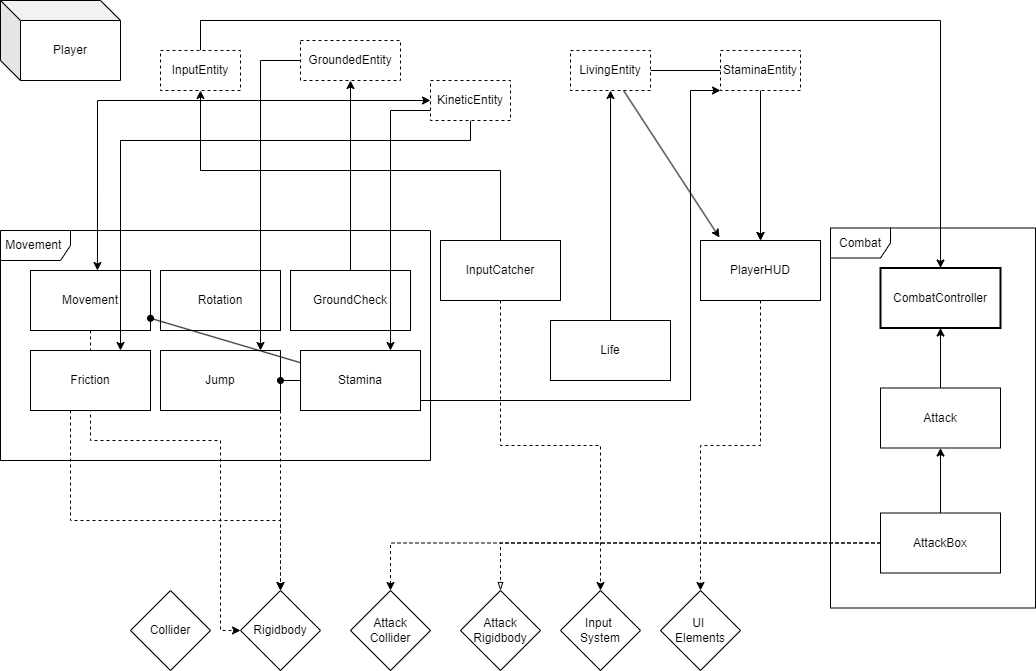
This is Framework/Imágenes/JerarquíaKimera.drawio.png from DrPumpKing1/DocumentoFramework, a draw.io export, as it was before one commit. Source tidied: cells renumbered, new cells last; positions are measured from the earlier drawing's top-left corner, leaving out a move shared by most shapes.
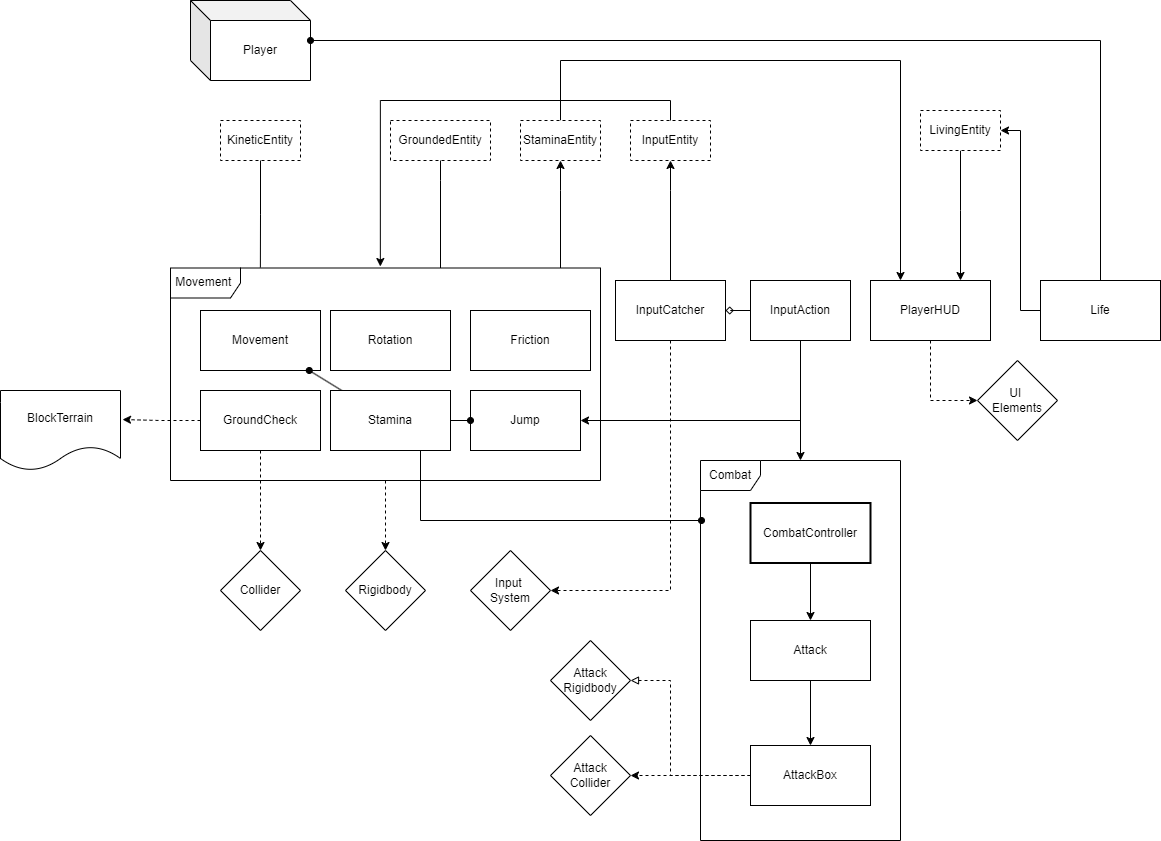
The same file after the commit.

Diff of the diagram source:
```diff
@@ -3,20 +3,14 @@
     <mxCell id="0" />
     <mxCell id="1" parent="0" />
     <mxCell id="2" value="Jump" style="rounded=0;whiteSpace=wrap;html=1;" parent="1" vertex="1">
-      <mxGeometry x="160" y="350" width="120" height="60" as="geometry" />
+      <mxGeometry x="300" y="350" width="110" height="60" as="geometry" />
     </mxCell>
+    <mxCell id="51" style="edgeStyle=orthogonalEdgeStyle;rounded=0;jettySize=auto;html=1;endArrow=classic;endFill=1;dashed=1;" parent="1" edge="1" source="3" target="45">
+      <mxGeometry relative="1" as="geometry" />
+    </mxCell>
     <mxCell id="3" value="GroundCheck" style="rounded=0;whiteSpace=wrap;html=1;" parent="1" vertex="1">
-      <mxGeometry x="290" y="270" width="120" height="60" as="geometry" />
+      <mxGeometry x="30" y="350" width="120" height="60" as="geometry" />
     </mxCell>
-    <mxCell id="4" style="edgeStyle=orthogonalEdgeStyle;rounded=0;jettySize=auto;html=1;entryX=0;entryY=0.5;entryDx=0;entryDy=0;dashed=1;endArrow=classic;endFill=1;" parent="1" edge="1" source="5" target="46">
-      <mxGeometry relative="1" as="geometry">
-        <Array as="points">
-          <mxPoint x="90" y="440" />
-          <mxPoint x="220" y="440" />
-          <mxPoint x="220" y="630" />
-        </Array>
-      </mxGeometry>
-    </mxCell>
     <mxCell id="5" value="Movement" style="rounded=0;whiteSpace=wrap;html=1;strokeWidth=1;" parent="1" vertex="1">
       <mxGeometry x="30" y="270" width="120" height="60" as="geometry" />
     </mxCell>
@@ -24,136 +18,121 @@
       <mxGeometry x="160" y="270" width="120" height="60" as="geometry" />
     </mxCell>
     <mxCell id="7" value="Player" style="shape=cube;whiteSpace=wrap;html=1;boundedLbl=1;backgroundOutline=1;darkOpacity=0.05;darkOpacity2=0.1;" parent="1" vertex="1">
-      <mxGeometry width="120" height="80" as="geometry" />
+      <mxGeometry x="20" y="-40" width="120" height="80" as="geometry" />
     </mxCell>
-    <mxCell id="8" style="edgeStyle=orthogonalEdgeStyle;rounded=0;jettySize=auto;html=1;" parent="1" edge="1" source="10" target="20">
-      <mxGeometry relative="1" as="geometry">
-        <Array as="points">
-          <mxPoint x="470" y="140" />
-          <mxPoint x="120" y="140" />
-        </Array>
-      </mxGeometry>
-    </mxCell>
-    <mxCell id="9" style="edgeStyle=orthogonalEdgeStyle;rounded=0;jettySize=auto;html=1;" parent="1" edge="1" source="10" target="40">
-      <mxGeometry relative="1" as="geometry">
-        <Array as="points">
-          <mxPoint x="390" y="110" />
-        </Array>
-      </mxGeometry>
-    </mxCell>
     <mxCell id="10" value="KineticEntity" style="rounded=0;whiteSpace=wrap;html=1;dashed=1;" parent="1" vertex="1">
-      <mxGeometry x="430" y="80" width="80" height="40" as="geometry" />
+      <mxGeometry x="50" y="80" width="80" height="40" as="geometry" />
     </mxCell>
-    <mxCell id="11" style="edgeStyle=orthogonalEdgeStyle;rounded=0;jettySize=auto;html=1;entryX=0.5;entryY=0;entryDx=0;entryDy=0;" parent="1" edge="1" source="12" target="36">
-      <mxGeometry relative="1" as="geometry" />
+    <mxCell id="11" style="edgeStyle=orthogonalEdgeStyle;rounded=0;jettySize=auto;html=1;" parent="1" edge="1" source="12" target="36">
+      <mxGeometry relative="1" as="geometry">
+        <Array as="points">
+          <mxPoint x="790" y="170" />
+          <mxPoint x="790" y="170" />
+        </Array>
+      </mxGeometry>
     </mxCell>
     <mxCell id="12" value="LivingEntity" style="rounded=0;whiteSpace=wrap;html=1;dashed=1;" parent="1" vertex="1">
-      <mxGeometry x="570" y="50" width="80" height="40" as="geometry" />
+      <mxGeometry x="750" y="70" width="80" height="40" as="geometry" />
     </mxCell>
-    <mxCell id="13" style="edgeStyle=orthogonalEdgeStyle;rounded=0;jettySize=auto;html=1;" parent="1" edge="1" source="14" target="32">
-      <mxGeometry relative="1" as="geometry">
-        <Array as="points">
-          <mxPoint x="200" y="20" />
-          <mxPoint x="940" y="20" />
-        </Array>
-      </mxGeometry>
-    </mxCell>
     <mxCell id="14" value="InputEntity" style="rounded=0;whiteSpace=wrap;html=1;dashed=1;" parent="1" vertex="1">
-      <mxGeometry x="160" y="50" width="80" height="40" as="geometry" />
+      <mxGeometry x="460" y="80" width="80" height="40" as="geometry" />
     </mxCell>
     <mxCell id="15" style="edgeStyle=orthogonalEdgeStyle;rounded=0;jettySize=auto;html=1;entryX=0.5;entryY=1;entryDx=0;entryDy=0;" parent="1" edge="1" source="17" target="14">
       <mxGeometry relative="1" as="geometry">
         <Array as="points">
-          <mxPoint x="500" y="170" />
-          <mxPoint x="200" y="170" />
+          <mxPoint x="500" y="150" />
+          <mxPoint x="500" y="150" />
         </Array>
       </mxGeometry>
     </mxCell>
-    <mxCell id="16" style="edgeStyle=orthogonalEdgeStyle;rounded=0;jettySize=auto;html=1;entryX=0.5;entryY=0;entryDx=0;entryDy=0;dashed=1;endArrow=classic;endFill=1;" parent="1" edge="1" source="17" target="49">
-      <mxGeometry relative="1" as="geometry" />
+    <mxCell id="16" style="edgeStyle=orthogonalEdgeStyle;rounded=0;jettySize=auto;html=1;entryX=1;entryY=0.5;entryDx=0;entryDy=0;dashed=1;" parent="1" edge="1" source="17" target="49">
+      <mxGeometry relative="1" as="geometry">
+        <Array as="points">
+          <mxPoint x="500" y="550" />
+        </Array>
+      </mxGeometry>
     </mxCell>
     <mxCell id="17" value="InputCatcher" style="rounded=0;whiteSpace=wrap;html=1;" parent="1" vertex="1">
-      <mxGeometry x="440" y="240" width="120" height="60" as="geometry" />
+      <mxGeometry x="445" y="240" width="110" height="60" as="geometry" />
     </mxCell>
-    <mxCell id="18" style="edgeStyle=orthogonalEdgeStyle;rounded=0;jettySize=auto;html=1;entryX=0.5;entryY=1;entryDx=0;entryDy=0;" parent="1" edge="1" source="3" target="25">
-      <mxGeometry relative="1" as="geometry" />
-    </mxCell>
-    <mxCell id="19" style="edgeStyle=orthogonalEdgeStyle;rounded=0;jettySize=auto;html=1;endArrow=classic;endFill=1;dashed=1;" parent="1" edge="1" source="20" target="46">
-      <mxGeometry relative="1" as="geometry">
-        <Array as="points">
-          <mxPoint x="70" y="520" />
-          <mxPoint x="280" y="520" />
-        </Array>
-      </mxGeometry>
-    </mxCell>
     <mxCell id="20" value="Friction" style="rounded=0;whiteSpace=wrap;html=1;" parent="1" vertex="1">
-      <mxGeometry x="30" y="350" width="120" height="60" as="geometry" />
+      <mxGeometry x="300" y="270" width="120" height="60" as="geometry" />
     </mxCell>
-    <mxCell id="21" style="edgeStyle=orthogonalEdgeStyle;rounded=0;jettySize=auto;html=1;entryX=0.5;entryY=1;entryDx=0;entryDy=0;" parent="1" edge="1" source="22" target="12">
-      <mxGeometry relative="1" as="geometry" />
+    <mxCell id="21" style="edgeStyle=orthogonalEdgeStyle;rounded=0;jettySize=auto;html=1;entryX=1;entryY=0.5;entryDx=0;entryDy=0;" parent="1" edge="1" source="22" target="12">
+      <mxGeometry relative="1" as="geometry">
+        <Array as="points">
+          <mxPoint x="850" y="270" />
+          <mxPoint x="850" y="90" />
+        </Array>
+      </mxGeometry>
     </mxCell>
     <mxCell id="22" value="Life" style="rounded=0;whiteSpace=wrap;html=1;" parent="1" vertex="1">
-      <mxGeometry x="550" y="320" width="120" height="60" as="geometry" />
+      <mxGeometry x="870" y="240" width="120" height="60" as="geometry" />
     </mxCell>
-    <mxCell id="23" style="edgeStyle=orthogonalEdgeStyle;rounded=0;jettySize=auto;html=1;entryX=0.5;entryY=0;entryDx=0;entryDy=0;endArrow=classic;endFill=1;dashed=1;" parent="1" edge="1" source="2" target="46">
-      <mxGeometry relative="1" as="geometry">
-        <Array as="points">
-          <mxPoint x="280" y="450" />
-          <mxPoint x="280" y="450" />
-        </Array>
-      </mxGeometry>
-    </mxCell>
-    <mxCell id="24" style="edgeStyle=orthogonalEdgeStyle;rounded=0;jettySize=auto;html=1;" parent="1" edge="1" source="25" target="2">
-      <mxGeometry relative="1" as="geometry">
-        <Array as="points">
-          <mxPoint x="260" y="60" />
-        </Array>
-      </mxGeometry>
-    </mxCell>
     <mxCell id="25" value="GroundedEntity" style="rounded=0;whiteSpace=wrap;html=1;dashed=1;" parent="1" vertex="1">
-      <mxGeometry x="300" y="40" width="100" height="40" as="geometry" />
+      <mxGeometry x="220" y="80" width="100" height="40" as="geometry" />
     </mxCell>
-    <mxCell id="26" style="edgeStyle=orthogonalEdgeStyle;rounded=0;jettySize=auto;html=1;entryX=0.5;entryY=1;entryDx=0;entryDy=0;" parent="1" edge="1" source="27" target="32">
-      <mxGeometry relative="1" as="geometry" />
-    </mxCell>
+    <mxCell id="52" style="edgeStyle=orthogonalEdgeStyle;rounded=0;jettySize=auto;html=1;" parent="1" edge="1" source="27" target="31">
+      <mxGeometry relative="1" as="geometry" />
+    </mxCell>
     <mxCell id="27" value="Attack" style="rounded=0;whiteSpace=wrap;html=1;" parent="1" vertex="1">
-      <mxGeometry x="880" y="387.5" width="120" height="60" as="geometry" />
+      <mxGeometry x="580" y="580" width="120" height="60" as="geometry" />
     </mxCell>
-    <mxCell id="28" style="edgeStyle=orthogonalEdgeStyle;rounded=0;jettySize=auto;html=1;entryX=0.5;entryY=1;entryDx=0;entryDy=0;" parent="1" edge="1" source="31" target="27">
-      <mxGeometry relative="1" as="geometry" />
-    </mxCell>
+    <mxCell id="30" style="edgeStyle=orthogonalEdgeStyle;rounded=0;jettySize=auto;html=1;entryX=1;entryY=0.5;entryDx=0;entryDy=0;dashed=1;" parent="1" edge="1" source="31" target="47">
+      <mxGeometry relative="1" as="geometry" />
+    </mxCell>
-    <mxCell id="29" style="edgeStyle=orthogonalEdgeStyle;rounded=0;jettySize=auto;html=1;endArrow=blockThin;endFill=0;dashed=1;" parent="1" edge="1" source="31" target="48">
-      <mxGeometry relative="1" as="geometry" />
+    <mxCell id="29" style="edgeStyle=orthogonalEdgeStyle;rounded=0;jettySize=auto;html=1;entryX=1;entryY=0.5;entryDx=0;entryDy=0;dashed=1;endArrow=block;endFill=0;" parent="1" edge="1" source="31" target="48">
+      <mxGeometry relative="1" as="geometry">
+        <Array as="points">
+          <mxPoint x="500" y="735" />
+          <mxPoint x="500" y="640" />
+        </Array>
+      </mxGeometry>
     </mxCell>
-    <mxCell id="30" style="edgeStyle=orthogonalEdgeStyle;rounded=0;jettySize=auto;html=1;entryX=0.5;entryY=0;entryDx=0;entryDy=0;endArrow=classic;endFill=1;dashed=1;" parent="1" edge="1" source="31" target="47">
-      <mxGeometry relative="1" as="geometry" />
-    </mxCell>
     <mxCell id="31" value="AttackBox" style="rounded=0;whiteSpace=wrap;html=1;" parent="1" vertex="1">
-      <mxGeometry x="880" y="512.5" width="120" height="60" as="geometry" />
+      <mxGeometry x="580" y="705" width="120" height="60" as="geometry" />
     </mxCell>
+    <mxCell id="53" style="edgeStyle=orthogonalEdgeStyle;rounded=0;jettySize=auto;html=1;entryX=0.5;entryY=0;entryDx=0;entryDy=0;" parent="1" edge="1" source="32" target="27">
+      <mxGeometry relative="1" as="geometry" />
+    </mxCell>
     <mxCell id="32" value="CombatController" style="rounded=0;whiteSpace=wrap;html=1;strokeWidth=2;" parent="1" vertex="1">
-      <mxGeometry x="880" y="267.5" width="120" height="60" as="geometry" />
+      <mxGeometry x="580" y="462.5" width="120" height="60" as="geometry" />
     </mxCell>
+    <mxCell id="54" style="edgeStyle=orthogonalEdgeStyle;rounded=0;jettySize=auto;html=1;entryX=0.5;entryY=1;entryDx=0;entryDy=0;" parent="1" edge="1" source="33" target="42">
+      <mxGeometry relative="1" as="geometry">
+        <Array as="points">
+          <mxPoint x="390" y="150" />
+          <mxPoint x="390" y="150" />
+        </Array>
+      </mxGeometry>
+    </mxCell>
+    <mxCell id="55" style="edgeStyle=orthogonalEdgeStyle;rounded=0;jettySize=auto;html=1;entryX=0.5;entryY=1;entryDx=0;entryDy=0;startArrow=none;startFill=0;endArrow=none;endFill=0;" parent="1" edge="1" source="33" target="25">
+      <mxGeometry relative="1" as="geometry">
+        <Array as="points">
+          <mxPoint x="270" y="140" />
+          <mxPoint x="270" y="140" />
+        </Array>
+      </mxGeometry>
+    </mxCell>
+    <mxCell id="56" style="edgeStyle=orthogonalEdgeStyle;rounded=0;jettySize=auto;html=1;entryX=0.5;entryY=0;entryDx=0;entryDy=0;endArrow=classic;endFill=1;dashed=1;" parent="1" edge="1" source="33" target="46">
+      <mxGeometry relative="1" as="geometry" />
+    </mxCell>
     <mxCell id="33" value="Movement&amp;nbsp;" style="shape=umlFrame;whiteSpace=wrap;html=1;width=70;height=30;" parent="1" vertex="1">
-      <mxGeometry y="230" width="430" height="230" as="geometry" />
+      <mxGeometry y="227.5" width="430" height="212.5" as="geometry" />
     </mxCell>
     <mxCell id="34" value="Combat" style="shape=umlFrame;whiteSpace=wrap;html=1;" parent="1" vertex="1">
-      <mxGeometry x="830" y="227.5" width="205" height="380" as="geometry" />
+      <mxGeometry x="530" y="420" width="200" height="380" as="geometry" />
     </mxCell>
-    <mxCell id="35" style="edgeStyle=orthogonalEdgeStyle;rounded=0;jettySize=auto;html=1;entryX=0.5;entryY=0;entryDx=0;entryDy=0;endArrow=classic;endFill=1;dashed=1;" parent="1" edge="1" source="36" target="50">
-      <mxGeometry relative="1" as="geometry" />
+    <mxCell id="35" style="edgeStyle=orthogonalEdgeStyle;rounded=0;jettySize=auto;html=1;entryX=0;entryY=0.5;entryDx=0;entryDy=0;dashed=1;" parent="1" edge="1" source="36" target="50">
+      <mxGeometry relative="1" as="geometry">
+        <Array as="points">
+          <mxPoint x="760" y="360" />
+        </Array>
+      </mxGeometry>
     </mxCell>
     <mxCell id="36" value="PlayerHUD" style="rounded=0;whiteSpace=wrap;html=1;" parent="1" vertex="1">
       <mxGeometry x="700" y="240" width="120" height="60" as="geometry" />
     </mxCell>
-    <mxCell id="37" style="edgeStyle=orthogonalEdgeStyle;rounded=0;jettySize=auto;html=1;entryX=0;entryY=1;entryDx=0;entryDy=0;" parent="1" edge="1" source="40" target="42">
-      <mxGeometry relative="1" as="geometry">
-        <Array as="points">
-          <mxPoint x="690" y="400" />
-          <mxPoint x="690" y="90" />
-        </Array>
-      </mxGeometry>
-    </mxCell>
     <mxCell id="38" style="rounded=0;jettySize=auto;html=1;endArrow=oval;endFill=1;" parent="1" edge="1" source="40" target="5">
       <mxGeometry relative="1" as="geometry" />
     </mxCell>
@@ -161,37 +140,81 @@
       <mxGeometry relative="1" as="geometry" />
     </mxCell>
     <mxCell id="40" value="Stamina" style="rounded=0;whiteSpace=wrap;html=1;" parent="1" vertex="1">
-      <mxGeometry x="300" y="350" width="120" height="60" as="geometry" />
+      <mxGeometry x="160" y="350" width="120" height="60" as="geometry" />
     </mxCell>
-    <mxCell id="41" style="edgeStyle=orthogonalEdgeStyle;rounded=0;jettySize=auto;html=1;entryX=0.5;entryY=0;entryDx=0;entryDy=0;" parent="1" edge="1" source="42" target="36">
-      <mxGeometry relative="1" as="geometry" />
+    <mxCell id="41" style="edgeStyle=orthogonalEdgeStyle;rounded=0;jettySize=auto;html=1;entryX=0.25;entryY=0;entryDx=0;entryDy=0;" parent="1" edge="1" source="42" target="36">
+      <mxGeometry relative="1" as="geometry">
+        <Array as="points">
+          <mxPoint x="390" y="20" />
+          <mxPoint x="730" y="20" />
+        </Array>
+      </mxGeometry>
     </mxCell>
     <mxCell id="42" value="StaminaEntity" style="rounded=0;whiteSpace=wrap;html=1;dashed=1;" parent="1" vertex="1">
-      <mxGeometry x="720" y="50" width="80" height="40" as="geometry" />
+      <mxGeometry x="350" y="80" width="80" height="40" as="geometry" />
     </mxCell>
-    <mxCell id="43" style="edgeStyle=orthogonalEdgeStyle;rounded=0;jettySize=auto;html=1;entryX=0.558;entryY=0;entryDx=0;entryDy=0;entryPerimeter=0;startArrow=classic;startFill=1;" parent="1" edge="1" source="10" target="5">
-      <mxGeometry relative="1" as="geometry" />
-    </mxCell>
-    <mxCell id="44" style="rounded=0;jettySize=auto;html=1;entryX=0.158;entryY=-0.05;entryDx=0;entryDy=0;entryPerimeter=0;" parent="1" edge="1" source="12" target="36">
-      <mxGeometry relative="1" as="geometry" />
-    </mxCell>
     <mxCell id="45" value="Collider" style="rhombus;whiteSpace=wrap;html=1;" parent="1" vertex="1">
-      <mxGeometry x="130" y="590" width="80" height="80" as="geometry" />
+      <mxGeometry x="50" y="510" width="80" height="80" as="geometry" />
     </mxCell>
     <mxCell id="46" value="Rigidbody" style="rhombus;whiteSpace=wrap;html=1;" parent="1" vertex="1">
-      <mxGeometry x="240" y="590" width="80" height="80" as="geometry" />
+      <mxGeometry x="175" y="510" width="80" height="80" as="geometry" />
     </mxCell>
     <mxCell id="47" value="Attack&lt;div&gt;Collider&lt;/div&gt;" style="rhombus;whiteSpace=wrap;html=1;" parent="1" vertex="1">
-      <mxGeometry x="350" y="590" width="80" height="80" as="geometry" />
+      <mxGeometry x="380" y="695" width="80" height="80" as="geometry" />
     </mxCell>
     <mxCell id="48" value="Attack&lt;div&gt;Rigidbody&lt;/div&gt;" style="rhombus;whiteSpace=wrap;html=1;" parent="1" vertex="1">
-      <mxGeometry x="460" y="590" width="80" height="80" as="geometry" />
+      <mxGeometry x="380" y="600" width="80" height="80" as="geometry" />
     </mxCell>
     <mxCell id="49" value="Input&amp;nbsp;&lt;br&gt;&lt;div&gt;&lt;span style=&quot;color: rgba(0, 0, 0, 0); font-family: monospace; font-size: 0px; text-align: start; text-wrap: nowrap; background-color: initial;&quot;&gt;%3CmxGraphModel%3E%3Croot%3E%3CmxCell%20id%3D%220%22%2F%3E%3CmxCell%20id%3D%221%22%20parent%3D%220%22%2F%3E%3CmxCell%20id%3D%222%22%20value%3D%22Attack%26lt%3Bdiv%26gt%3BRigidbody%26lt%3B%2Fdiv%26gt%3B%22%20style%3D%22rhombus%3BwhiteSpace%3Dwrap%3Bhtml%3D1%3B%22%20vertex%3D%221%22%20parent%3D%221%22%3E%3CmxGeometry%20x%3D%22480%22%20y%3D%22600%22%20width%3D%2280%22%20height%3D%2280%22%20as%3D%22geometry%22%2F%3E%3C%2FmxCell%3E%3C%2Froot%3E%3C%2FmxGraphModel%3E&lt;/span&gt;System&lt;/div&gt;" style="rhombus;whiteSpace=wrap;html=1;" parent="1" vertex="1">
-      <mxGeometry x="560" y="590" width="80" height="80" as="geometry" />
+      <mxGeometry x="300" y="510" width="80" height="80" as="geometry" />
     </mxCell>
     <mxCell id="50" value="UI&amp;nbsp;&lt;div&gt;Elements&lt;/div&gt;" style="rhombus;whiteSpace=wrap;html=1;" parent="1" vertex="1">
-      <mxGeometry x="660" y="590" width="80" height="80" as="geometry" />
+      <mxGeometry x="807" y="320" width="80" height="80" as="geometry" />
     </mxCell>
+    <mxCell id="57" style="edgeStyle=orthogonalEdgeStyle;rounded=0;jettySize=auto;html=1;entryX=1;entryY=0.5;entryDx=0;entryDy=0;endArrow=diamond;endFill=0;" parent="1" edge="1" source="58" target="17">
+      <mxGeometry relative="1" as="geometry" />
+    </mxCell>
+    <mxCell id="58" value="InputAction" style="rounded=0;whiteSpace=wrap;html=1;" parent="1" vertex="1">
+      <mxGeometry x="580" y="240" width="100" height="60" as="geometry" />
+    </mxCell>
+    <mxCell id="59" style="edgeStyle=orthogonalEdgeStyle;rounded=0;jettySize=auto;html=1;entryX=0.488;entryY=-0.007;entryDx=0;entryDy=0;entryPerimeter=0;" parent="1" edge="1" source="14" target="33">
+      <mxGeometry relative="1" as="geometry">
+        <Array as="points">
+          <mxPoint x="500" y="60" />
+          <mxPoint x="210" y="60" />
+        </Array>
+      </mxGeometry>
+    </mxCell>
+    <mxCell id="60" style="edgeStyle=orthogonalEdgeStyle;rounded=0;jettySize=auto;html=1;entryX=0.209;entryY=-0.002;entryDx=0;entryDy=0;entryPerimeter=0;startArrow=none;startFill=0;endArrow=none;endFill=0;" parent="1" edge="1" source="10" target="33">
+      <mxGeometry relative="1" as="geometry" />
+    </mxCell>
+    <mxCell id="61" style="edgeStyle=orthogonalEdgeStyle;rounded=0;jettySize=auto;html=1;endArrow=none;endFill=0;startArrow=classic;startFill=1;" parent="1" edge="1" source="2" target="58">
+      <mxGeometry relative="1" as="geometry" />
+    </mxCell>
+    <mxCell id="62" style="edgeStyle=orthogonalEdgeStyle;rounded=0;jettySize=auto;html=1;entryX=1;entryY=0.5;entryDx=0;entryDy=0;entryPerimeter=0;endArrow=oval;endFill=1;" parent="1" edge="1" source="22" target="7">
+      <mxGeometry relative="1" as="geometry">
+        <Array as="points">
+          <mxPoint x="930" />
+        </Array>
+      </mxGeometry>
+    </mxCell>
+    <mxCell id="63" style="edgeStyle=orthogonalEdgeStyle;rounded=0;jettySize=auto;html=1;entryX=0.5;entryY=0;entryDx=0;entryDy=0;entryPerimeter=0;" parent="1" edge="1" source="58" target="34">
+      <mxGeometry relative="1" as="geometry" />
+    </mxCell>
+    <mxCell id="64" style="edgeStyle=orthogonalEdgeStyle;rounded=0;jettySize=auto;html=1;endArrow=oval;endFill=1;" parent="1" edge="1" source="40">
+      <mxGeometry relative="1" as="geometry">
+        <mxPoint x="531" y="480" as="targetPoint" />
+        <Array as="points">
+          <mxPoint x="250" y="480" />
+          <mxPoint x="531" y="480" />
+        </Array>
+      </mxGeometry>
+    </mxCell>
+    <mxCell id="65" value="BlockTerrain" style="shape=document;whiteSpace=wrap;html=1;boundedLbl=1;" parent="1" vertex="1">
+      <mxGeometry x="-170" y="350" width="120" height="80" as="geometry" />
+    </mxCell>
+    <mxCell id="66" style="edgeStyle=orthogonalEdgeStyle;rounded=0;jettySize=auto;html=1;entryX=1.017;entryY=0.363;entryDx=0;entryDy=0;entryPerimeter=0;dashed=1;" parent="1" edge="1" source="3" target="65">
+      <mxGeometry relative="1" as="geometry" />
+    </mxCell>
   </root>
 </mxGraphModel>
```
